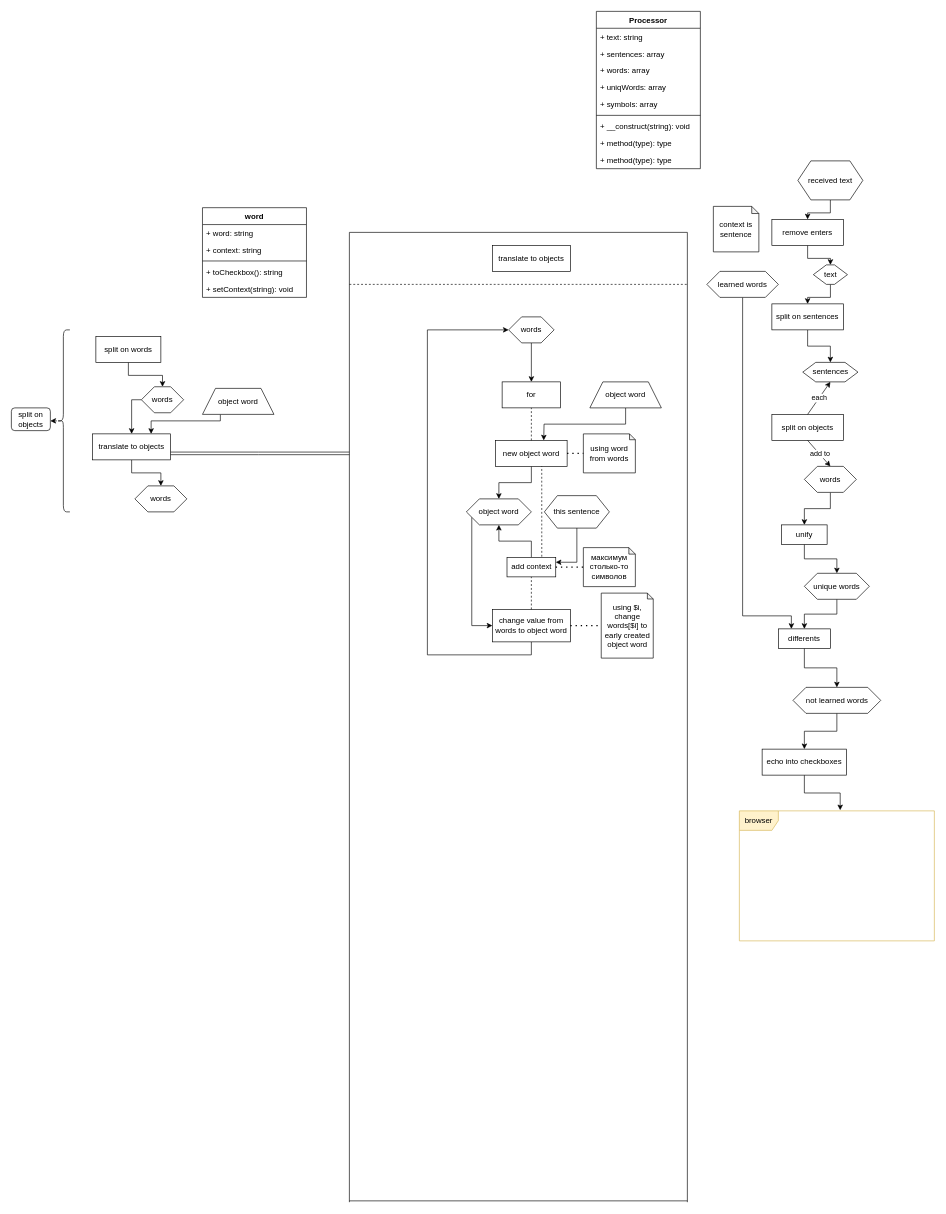
Earlier version of the draw.io diagram slitch_stack.drawio (H-R-G-P/Slitch). Source tidied: cells renumbered, new cells numbered last; positions are measured from the earlier drawing's top-left corner, leaving out a move shared by most shapes. Both pictures are drawn from the tidied source at 65%, with x=0, y=0 at pixel (11, 11).
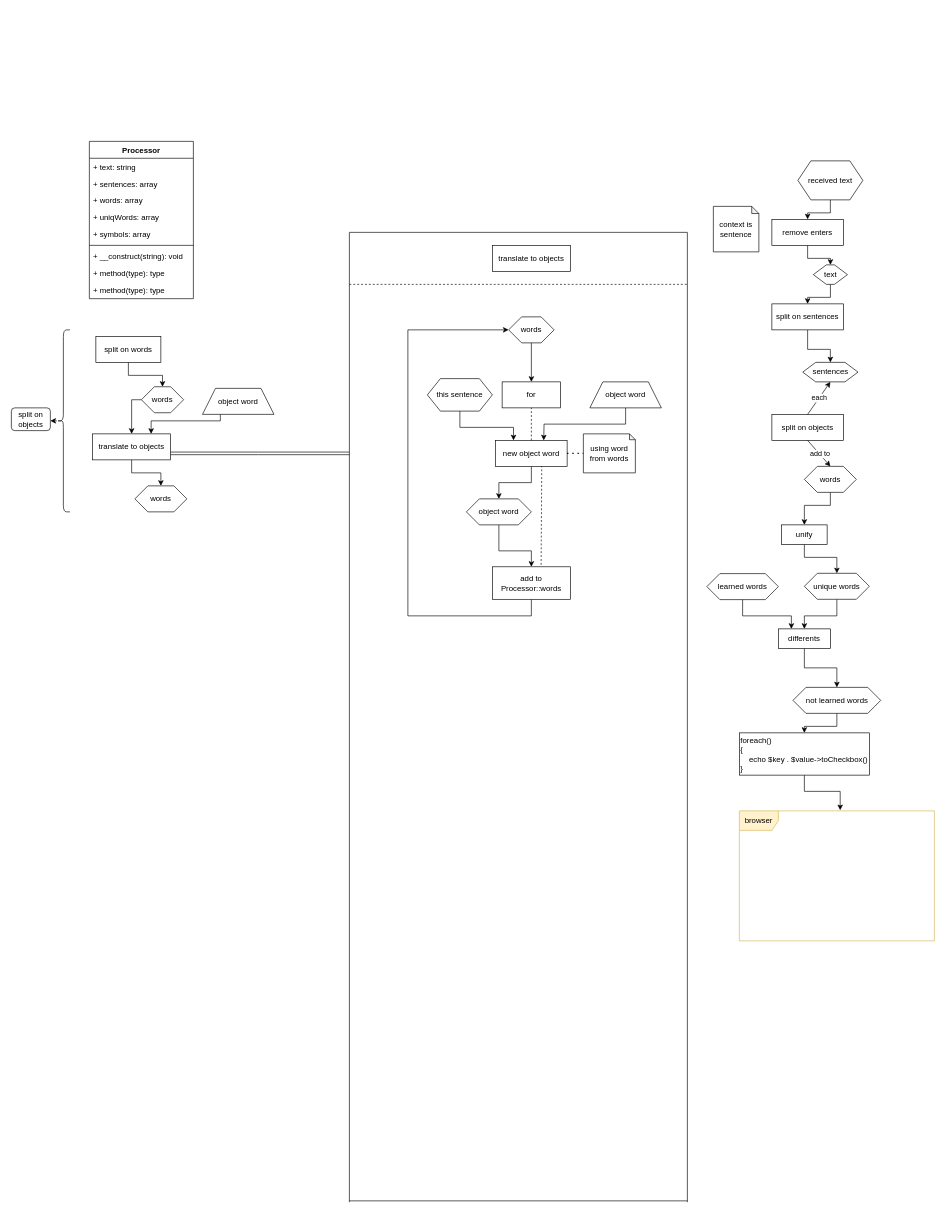
After the change.

Commit message:
Simplified the logic.

Unchanged cells that the change refers to:
```xml
<mxCell id="9" value="words" style="shape=hexagon;perimeter=hexagonPerimeter2;whiteSpace=wrap;html=1;fixedSize=1;" parent="1" vertex="1">
  <mxGeometry x="765" y="470" width="70" height="40" as="geometry" />
</mxCell>
<mxCell id="11" value="unify" style="whiteSpace=wrap;html=1;" parent="1" vertex="1">
  <mxGeometry x="1185" y="790" width="70" height="30" as="geometry" />
</mxCell>
<mxCell id="13" value="unique words" style="shape=hexagon;perimeter=hexagonPerimeter2;whiteSpace=wrap;html=1;fixedSize=1;" parent="1" vertex="1">
  <mxGeometry x="1220" y="864.5" width="100" height="40" as="geometry" />
</mxCell>
<mxCell id="17" value="differents" style="whiteSpace=wrap;html=1;" parent="1" vertex="1">
  <mxGeometry x="1180" y="950" width="80" height="30" as="geometry" />
</mxCell>
<mxCell id="19" value="not learned words" style="shape=hexagon;perimeter=hexagonPerimeter2;whiteSpace=wrap;html=1;fixedSize=1;" parent="1" vertex="1">
  <mxGeometry x="1202.5" y="1040" width="135" height="40" as="geometry" />
</mxCell>
<mxCell id="28" value="browser" style="shape=umlFrame;whiteSpace=wrap;html=1;fillColor=#fff2cc;strokeColor=#d6b656;shadow=0;sketch=0;noLabel=0;" parent="1" vertex="1">
  <mxGeometry x="1120" y="1230" width="300" height="200" as="geometry" />
</mxCell>
<mxCell id="38" value="words" style="shape=hexagon;perimeter=hexagonPerimeter2;whiteSpace=wrap;html=1;fixedSize=1;" parent="1" vertex="1">
  <mxGeometry x="1220" y="700" width="80" height="40" as="geometry" />
</mxCell>
<mxCell id="41" value="new object word" style="whiteSpace=wrap;html=1;" parent="1" vertex="1">
  <mxGeometry x="745" y="660" width="110" height="40" as="geometry" />
</mxCell>
<mxCell id="54" value="split on sentences" style="whiteSpace=wrap;html=1;" parent="1" vertex="1">
  <mxGeometry x="1170" y="450" width="110" height="40" as="geometry" />
</mxCell>
<mxCell id="55" value="sentences" style="shape=hexagon;perimeter=hexagonPerimeter2;whiteSpace=wrap;html=1;fixedSize=1;" parent="1" vertex="1">
  <mxGeometry x="1217.5" y="540" width="85" height="30" as="geometry" />
</mxCell>
<mxCell id="64" value="object word" style="shape=hexagon;perimeter=hexagonPerimeter2;whiteSpace=wrap;html=1;fixedSize=1;" parent="1" vertex="1">
  <mxGeometry x="700" y="750" width="100" height="40" as="geometry" />
</mxCell>
```

Diff of the diagram source:
```diff
@@
     <mxCell id="10" style="edgeStyle=orthogonalEdgeStyle;rounded=0;jettySize=auto;html=1;entryX=0.5;entryY=0;entryDx=0;entryDy=0;exitX=0.5;exitY=1;exitDx=0;exitDy=0;" parent="1" edge="1" source="11" target="13">
-      <mxGeometry relative="1" as="geometry" />
+      <mxGeometry relative="1" as="geometry">
+        <Array as="points">
+          <mxPoint x="1220" y="840" />
+          <mxPoint x="1270" y="840" />
+        </Array>
+      </mxGeometry>
     </mxCell>
@@
     <mxCell id="12" style="edgeStyle=orthogonalEdgeStyle;rounded=0;jettySize=auto;html=1;exitX=0.5;exitY=1;exitDx=0;exitDy=0;" parent="1" edge="1" source="13" target="17">
-      <mxGeometry relative="1" as="geometry" />
+      <mxGeometry relative="1" as="geometry">
+        <Array as="points">
+          <mxPoint x="1270" y="930" />
+          <mxPoint x="1220" y="930" />
+        </Array>
+      </mxGeometry>
     </mxCell>
@@
     <mxCell id="15" value="learned words" style="shape=hexagon;perimeter=hexagonPerimeter2;whiteSpace=wrap;html=1;fixedSize=1;" parent="1" vertex="1">
-      <mxGeometry x="1070" y="400" width="110" height="40" as="geometry" />
+      <mxGeometry x="1070" y="865" width="110" height="40" as="geometry" />
     </mxCell>
     <mxCell id="16" style="edgeStyle=orthogonalEdgeStyle;rounded=0;jettySize=auto;html=1;exitX=0.5;exitY=1;exitDx=0;exitDy=0;" parent="1" edge="1" source="17" target="19">
-      <mxGeometry relative="1" as="geometry" />
+      <mxGeometry relative="1" as="geometry">
+        <Array as="points">
+          <mxPoint x="1220" y="1010" />
+          <mxPoint x="1270" y="1010" />
+        </Array>
+      </mxGeometry>
     </mxCell>
@@
     <mxCell id="20" style="edgeStyle=orthogonalEdgeStyle;rounded=0;jettySize=auto;html=1;exitX=0.5;exitY=1;exitDx=0;exitDy=0;entryX=0.517;entryY=-0.005;entryDx=0;entryDy=0;entryPerimeter=0;" parent="1" edge="1" source="21" target="28">
-      <mxGeometry relative="1" as="geometry" />
+      <mxGeometry relative="1" as="geometry">
+        <Array as="points">
+          <mxPoint x="1220" y="1200" />
+          <mxPoint x="1275" y="1200" />
+        </Array>
+      </mxGeometry>
     </mxCell>
-    <mxCell id="21" value="echo into checkboxes" style="whiteSpace=wrap;html=1;" parent="1" vertex="1">
-      <mxGeometry x="1155" y="1135" width="130" height="40" as="geometry" />
+    <mxCell id="21" value="foreach()&lt;br&gt;&lt;div&gt;&lt;span&gt;{&lt;/span&gt;&lt;/div&gt;&amp;nbsp; &amp;nbsp; echo $key . $value-&amp;gt;toCheckbox()&lt;br&gt;}" style="whiteSpace=wrap;html=1;align=left;" parent="1" vertex="1">
+      <mxGeometry x="1120" y="1110" width="200" height="65" as="geometry" />
     </mxCell>
-    <mxCell id="22" value="word" style="swimlane;fontStyle=1;align=center;verticalAlign=top;horizontal=1;startSize=26;fillColor=#ffffff;" parent="1" vertex="1">
-      <mxGeometry x="294" y="302" width="160" height="138" as="geometry" />
-    </mxCell>
-    <mxCell id="23" value="+ word: string" style="text;strokeColor=none;fillColor=none;align=left;verticalAlign=top;spacingLeft=4;spacingRight=4;overflow=hidden;" parent="22" vertex="1">
-      <mxGeometry y="26" width="160" height="26" as="geometry" />
-    </mxCell>
-    <mxCell id="24" value="+ context: string" style="text;strokeColor=none;fillColor=none;align=left;verticalAlign=top;spacingLeft=4;spacingRight=4;overflow=hidden;" parent="22" vertex="1">
-      <mxGeometry y="52" width="160" height="26" as="geometry" />
-    </mxCell>
-    <mxCell id="25" style="line;strokeWidth=1;fillColor=none;align=left;verticalAlign=middle;spacingTop=-1;spacingLeft=3;spacingRight=3;labelPosition=right;" parent="22" vertex="1">
-      <mxGeometry y="78" width="160" height="8" as="geometry" />
-    </mxCell>
-    <mxCell id="26" value="+ toCheckbox(): string" style="text;strokeColor=none;fillColor=none;align=left;verticalAlign=top;spacingLeft=4;spacingRight=4;overflow=hidden;" parent="22" vertex="1">
-      <mxGeometry y="86" width="160" height="26" as="geometry" />
-    </mxCell>
-    <mxCell id="27" value="+ setContext(string): void" style="text;strokeColor=none;fillColor=none;align=left;verticalAlign=top;spacingLeft=4;spacingRight=4;overflow=hidden;" parent="22" vertex="1">
-      <mxGeometry y="112" width="160" height="26" as="geometry" />
-    </mxCell>
@@
     <mxCell id="37" style="edgeStyle=orthogonalEdgeStyle;rounded=0;jettySize=auto;html=1;entryX=0.5;entryY=0;entryDx=0;entryDy=0;" parent="1" edge="1" source="38" target="11">
-      <mxGeometry relative="1" as="geometry" />
+      <mxGeometry relative="1" as="geometry">
+        <Array as="points">
+          <mxPoint x="1260" y="760" />
+          <mxPoint x="1220" y="760" />
+        </Array>
+      </mxGeometry>
     </mxCell>
@@
     <mxCell id="42" style="edgeStyle=orthogonalEdgeStyle;rounded=0;jettySize=auto;html=1;entryX=0;entryY=0.5;entryDx=0;entryDy=0;" parent="1" edge="1" source="43" target="9">
       <mxGeometry relative="1" as="geometry">
         <Array as="points">
-          <mxPoint x="800" y="990" />
-          <mxPoint x="640" y="990" />
-          <mxPoint x="640" y="490" />
+          <mxPoint x="800" y="930" />
+          <mxPoint x="610" y="930" />
+          <mxPoint x="610" y="490" />
         </Array>
       </mxGeometry>
     </mxCell>
-    <mxCell id="43" value="change value from words to object word" style="whiteSpace=wrap;html=1;" parent="1" vertex="1">
-      <mxGeometry x="740" y="920" width="120" height="50" as="geometry" />
+    <mxCell id="43" value="add to Processor::words" style="whiteSpace=wrap;html=1;" parent="1" vertex="1">
+      <mxGeometry x="740" y="854.5" width="120" height="50" as="geometry" />
     </mxCell>
@@
-    <mxCell id="45" value="using $i, change words[$i] to early created object word" style="shape=note;whiteSpace=wrap;html=1;backgroundOutline=1;darkOpacity=0.05;size=9;" parent="1" vertex="1">
-      <mxGeometry x="907.5" y="895" width="80" height="100" as="geometry" />
-    </mxCell>
@@
     <mxCell id="53" style="edgeStyle=orthogonalEdgeStyle;rounded=0;jettySize=auto;html=1;" parent="1" edge="1" source="54" target="55">
-      <mxGeometry relative="1" as="geometry" />
+      <mxGeometry relative="1" as="geometry">
+        <Array as="points">
+          <mxPoint x="1225" y="520" />
+          <mxPoint x="1260" y="520" />
+        </Array>
+      </mxGeometry>
     </mxCell>
@@
-    <mxCell id="63" style="edgeStyle=orthogonalEdgeStyle;rounded=0;jettySize=auto;html=1;exitX=0;exitY=0.75;exitDx=0;exitDy=0;entryX=0;entryY=0.5;entryDx=0;entryDy=0;" parent="1" edge="1" source="64" target="43">
-      <mxGeometry relative="1" as="geometry" />
+    <mxCell id="63" style="edgeStyle=orthogonalEdgeStyle;rounded=0;jettySize=auto;html=1;exitX=0.5;exitY=1;exitDx=0;exitDy=0;entryX=0.5;entryY=0;entryDx=0;entryDy=0;" parent="1" edge="1" source="64" target="43">
+      <mxGeometry relative="1" as="geometry">
+        <Array as="points">
+          <mxPoint x="750" y="830" />
+          <mxPoint x="800" y="830" />
+        </Array>
+      </mxGeometry>
     </mxCell>
@@
-    <mxCell id="65" style="edgeStyle=orthogonalEdgeStyle;rounded=0;jettySize=auto;html=1;entryX=0.5;entryY=1;entryDx=0;entryDy=0;" parent="1" edge="1" source="66" target="64">
-      <mxGeometry relative="1" as="geometry" />
-    </mxCell>
-    <mxCell id="66" value="add context" style="whiteSpace=wrap;html=1;fillColor=#ffffff;" parent="1" vertex="1">
-      <mxGeometry x="762.5" y="840" width="75" height="30" as="geometry" />
-    </mxCell>
-    <mxCell id="67" style="edgeStyle=orthogonalEdgeStyle;rounded=0;jettySize=auto;html=1;exitX=0.5;exitY=1;exitDx=0;exitDy=0;entryX=1;entryY=0.25;entryDx=0;entryDy=0;" parent="1" edge="1" source="68" target="66">
-      <mxGeometry relative="1" as="geometry" />
-    </mxCell>
+    <mxCell id="91" style="edgeStyle=orthogonalEdgeStyle;rounded=0;jettySize=auto;html=1;entryX=0.25;entryY=0;entryDx=0;entryDy=0;" parent="1" edge="1" source="68" target="41">
+      <mxGeometry relative="1" as="geometry">
+        <Array as="points">
+          <mxPoint x="690" y="640" />
+          <mxPoint x="773" y="640" />
+        </Array>
+      </mxGeometry>
+    </mxCell>
     <mxCell id="68" value="this sentence" style="shape=hexagon;perimeter=hexagonPerimeter2;whiteSpace=wrap;html=1;fixedSize=1;fillColor=#ffffff;" parent="1" vertex="1">
-      <mxGeometry x="820" y="745" width="100" height="50" as="geometry" />
+      <mxGeometry x="640" y="565" width="100" height="50" as="geometry" />
     </mxCell>
@@
-    <mxCell id="70" style="endArrow=none;dashed=1;html=1;dashPattern=1 3;strokeWidth=2;entryX=0;entryY=0.5;entryDx=0;entryDy=0;entryPerimeter=0;exitX=1;exitY=0.5;exitDx=0;exitDy=0;" parent="1" edge="1" source="43" target="45">
-      <mxGeometry relative="1" as="geometry" />
-    </mxCell>
@@
-    <mxCell id="72" style="endArrow=none;dashed=1;html=1;entryX=0.645;entryY=1;entryDx=0;entryDy=0;entryPerimeter=0;" parent="1" edge="1" target="41">
-      <mxGeometry relative="1" as="geometry">
-        <mxPoint x="816" y="839" as="sourcePoint" />
-      </mxGeometry>
+    <mxCell id="72" style="endArrow=none;dashed=1;html=1;entryX=0.645;entryY=1;entryDx=0;entryDy=0;entryPerimeter=0;exitX=0.625;exitY=-0.06;exitDx=0;exitDy=0;exitPerimeter=0;" parent="1" edge="1" source="43" target="41">
+      <mxGeometry relative="1" as="geometry" />
     </mxCell>
-    <mxCell id="73" style="endArrow=none;dashed=1;html=1;exitX=0.5;exitY=0;exitDx=0;exitDy=0;" parent="1" edge="1" source="43">
-      <mxGeometry relative="1" as="geometry">
-        <mxPoint x="800" y="870" as="targetPoint" />
-      </mxGeometry>
-    </mxCell>
@@
-    <mxCell id="79" value="максимум столько-то символов" style="shape=note;whiteSpace=wrap;html=1;backgroundOutline=1;darkOpacity=0.05;fillColor=#ffffff;size=10;" parent="1" vertex="1">
-      <mxGeometry x="880" y="825" width="80" height="60" as="geometry" />
-    </mxCell>
-    <mxCell id="80" style="endArrow=none;dashed=1;html=1;dashPattern=1 3;strokeWidth=2;entryX=0;entryY=0.5;entryDx=0;entryDy=0;entryPerimeter=0;exitX=1;exitY=0.5;exitDx=0;exitDy=0;" parent="1" edge="1" source="66" target="79">
-      <mxGeometry relative="1" as="geometry" />
-    </mxCell>
     <mxCell id="81" value="Processor" style="swimlane;fontStyle=1;align=center;verticalAlign=top;horizontal=1;startSize=26;" parent="1" vertex="1">
-      <mxGeometry x="900" width="160" height="242" as="geometry" />
+      <mxGeometry x="120" y="200" width="160" height="242" as="geometry" />
     </mxCell>
```
